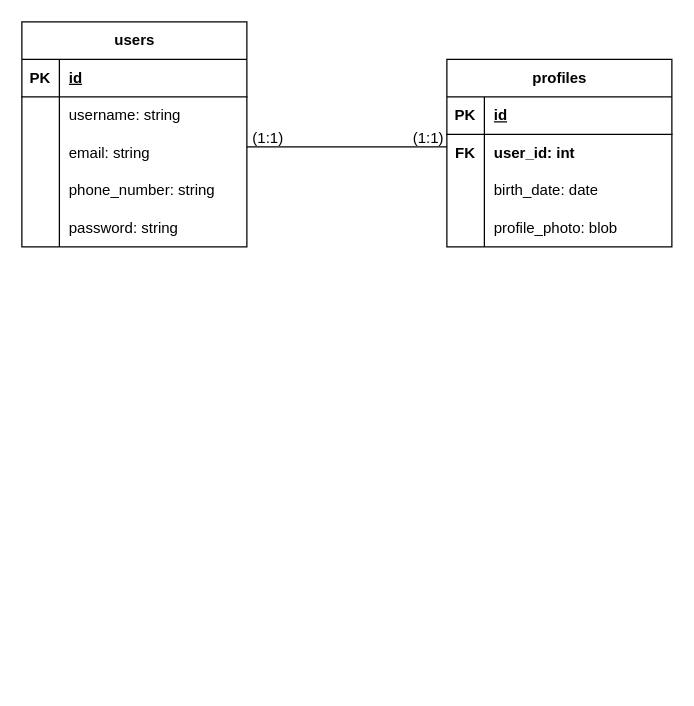
This is DiagramaDB.drawio from manuely32/Diagramas, a draw.io file, before an edit. Source tidied: cells renumbered, new cells numbered last; positions are measured from the earlier drawing's top-left corner, leaving out a move shared by most shapes. Both pictures are drawn from the tidied source at 125%, with x=0, y=0 at pixel (21, 21).
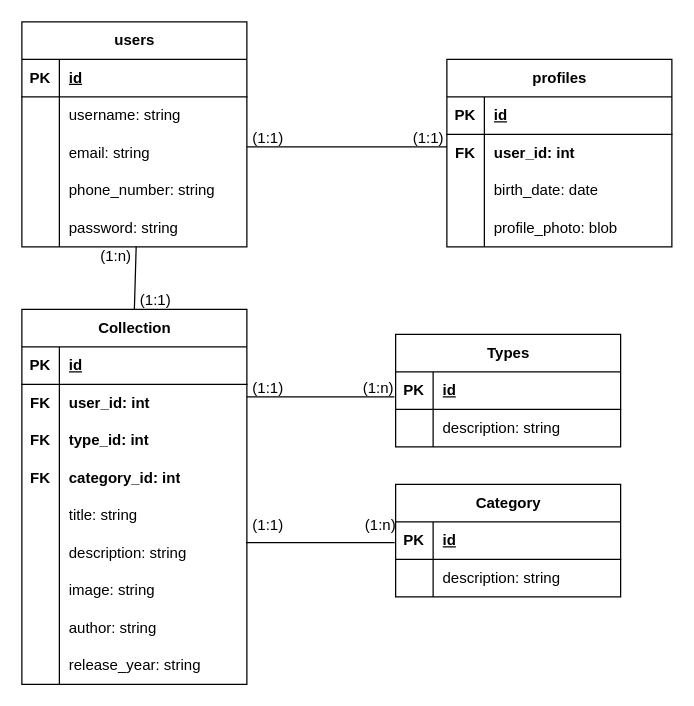
The same page after the edit.

Unchanged cells that the change refers to:
```xml
<mxCell id="15" style="shape=tableRow;horizontal=0;startSize=0;swimlaneHead=0;swimlaneBody=0;fillColor=none;points=[[0,0.5],[1,0.5]];portConstraint=eastwest;top=0;left=0;right=0;bottom=0;" parent="2" vertex="1">
  <mxGeometry y="150" width="180" height="30" as="geometry" />
</mxCell>
```

Diff of the diagram source:
```diff
@@
+    <mxCell id="34" value="Collection" style="shape=table;startSize=30;childLayout=tableLayout;rowLines=0;fontStyle=1;align=center;html=1;" parent="1" vertex="1">
+      <mxGeometry y="230" width="180" height="300" as="geometry" />
+    </mxCell>
+    <mxCell id="35" style="shape=tableRow;horizontal=0;startSize=0;swimlaneHead=0;swimlaneBody=0;fillColor=none;top=0;left=0;right=0;bottom=1;" parent="34" vertex="1">
+      <mxGeometry y="30" width="180" height="30" as="geometry" />
+    </mxCell>
+    <mxCell id="36" value="PK" style="shape=partialRectangle;fillColor=none;top=0;left=0;bottom=0;right=0;fontStyle=1;overflow=hidden;whiteSpace=wrap;html=1;" parent="35" vertex="1">
+      <mxGeometry width="30" height="30" as="geometry" />
+    </mxCell>
+    <mxCell id="37" value="id" style="shape=partialRectangle;fillColor=none;top=0;left=0;bottom=0;right=0;align=left;spacingLeft=6;fontStyle=5;overflow=hidden;whiteSpace=wrap;html=1;" parent="35" vertex="1">
+      <mxGeometry x="30" width="150" height="30" as="geometry" />
+    </mxCell>
+    <mxCell id="38" style="shape=tableRow;horizontal=0;startSize=0;swimlaneHead=0;swimlaneBody=0;fillColor=none;points=[[0,0.5],[1,0.5]];portConstraint=eastwest;top=0;left=0;right=0;bottom=0;" parent="34" vertex="1">
+      <mxGeometry y="60" width="180" height="30" as="geometry" />
+    </mxCell>
+    <mxCell id="39" value="&lt;b&gt;FK&lt;/b&gt;" style="shape=partialRectangle;fillColor=none;top=0;left=0;bottom=0;right=0;overflow=hidden;whiteSpace=wrap;html=1;" parent="38" vertex="1">
+      <mxGeometry width="30" height="30" as="geometry" />
+    </mxCell>
+    <mxCell id="40" value="&lt;b&gt;user_id: int&lt;/b&gt;" style="shape=partialRectangle;fillColor=none;top=0;left=0;bottom=0;right=0;align=left;spacingLeft=6;overflow=hidden;whiteSpace=wrap;html=1;" parent="38" vertex="1">
+      <mxGeometry x="30" width="150" height="30" as="geometry" />
+    </mxCell>
+    <mxCell id="41" style="shape=tableRow;horizontal=0;startSize=0;swimlaneHead=0;swimlaneBody=0;fillColor=none;top=0;left=0;right=0;bottom=0;" parent="34" vertex="1">
+      <mxGeometry y="90" width="180" height="30" as="geometry" />
+    </mxCell>
+    <mxCell id="42" value="&lt;b&gt;FK&lt;/b&gt;" style="shape=partialRectangle;fillColor=none;top=0;left=0;bottom=0;right=0;overflow=hidden;whiteSpace=wrap;html=1;" parent="41" vertex="1">
+      <mxGeometry width="30" height="30" as="geometry" />
+    </mxCell>
+    <mxCell id="43" value="&lt;b&gt;type_id: int&lt;/b&gt;" style="shape=partialRectangle;fillColor=none;top=0;left=0;bottom=0;right=0;align=left;spacingLeft=6;overflow=hidden;whiteSpace=wrap;html=1;" parent="41" vertex="1">
+      <mxGeometry x="30" width="150" height="30" as="geometry" />
+    </mxCell>
+    <mxCell id="44" style="shape=tableRow;horizontal=0;startSize=0;swimlaneHead=0;swimlaneBody=0;fillColor=none;top=0;left=0;right=0;bottom=0;" parent="34" vertex="1">
+      <mxGeometry y="120" width="180" height="30" as="geometry" />
+    </mxCell>
+    <mxCell id="45" value="&lt;b&gt;FK&lt;/b&gt;" style="shape=partialRectangle;fillColor=none;top=0;left=0;bottom=0;right=0;overflow=hidden;whiteSpace=wrap;html=1;" parent="44" vertex="1">
+      <mxGeometry width="30" height="30" as="geometry" />
+    </mxCell>
+    <mxCell id="46" value="&lt;b&gt;category_id: int&lt;/b&gt;" style="shape=partialRectangle;fillColor=none;top=0;left=0;bottom=0;right=0;align=left;spacingLeft=6;overflow=hidden;whiteSpace=wrap;html=1;" parent="44" vertex="1">
+      <mxGeometry x="30" width="150" height="30" as="geometry" />
+    </mxCell>
+    <mxCell id="47" style="shape=tableRow;horizontal=0;startSize=0;swimlaneHead=0;swimlaneBody=0;fillColor=none;top=0;left=0;right=0;bottom=0;" parent="34" vertex="1">
+      <mxGeometry y="150" width="180" height="30" as="geometry" />
+    </mxCell>
+    <mxCell id="48" style="shape=partialRectangle;fillColor=none;top=0;left=0;bottom=0;right=0;overflow=hidden;whiteSpace=wrap;html=1;" parent="47" vertex="1">
+      <mxGeometry width="30" height="30" as="geometry" />
+    </mxCell>
+    <mxCell id="49" value="title: string" style="shape=partialRectangle;fillColor=none;top=0;left=0;bottom=0;right=0;align=left;spacingLeft=6;overflow=hidden;whiteSpace=wrap;html=1;" parent="47" vertex="1">
+      <mxGeometry x="30" width="150" height="30" as="geometry" />
+    </mxCell>
+    <mxCell id="50" style="shape=tableRow;horizontal=0;startSize=0;swimlaneHead=0;swimlaneBody=0;fillColor=none;points=[[0,0.5],[1,0.5]];portConstraint=eastwest;top=0;left=0;right=0;bottom=0;" parent="34" vertex="1">
+      <mxGeometry y="180" width="180" height="30" as="geometry" />
+    </mxCell>
+    <mxCell id="51" style="shape=partialRectangle;fillColor=none;top=0;left=0;bottom=0;right=0;overflow=hidden;whiteSpace=wrap;html=1;" parent="50" vertex="1">
+      <mxGeometry width="30" height="30" as="geometry" />
+    </mxCell>
+    <mxCell id="52" value="description: string" style="shape=partialRectangle;fillColor=none;top=0;left=0;bottom=0;right=0;align=left;spacingLeft=6;overflow=hidden;whiteSpace=wrap;html=1;" parent="50" vertex="1">
+      <mxGeometry x="30" width="150" height="30" as="geometry" />
+    </mxCell>
+    <mxCell id="53" style="shape=tableRow;horizontal=0;startSize=0;swimlaneHead=0;swimlaneBody=0;fillColor=none;top=0;left=0;right=0;bottom=0;" parent="34" vertex="1">
+      <mxGeometry y="210" width="180" height="30" as="geometry" />
+    </mxCell>
+    <mxCell id="54" style="shape=partialRectangle;fillColor=none;top=0;left=0;bottom=0;right=0;overflow=hidden;whiteSpace=wrap;html=1;" parent="53" vertex="1">
+      <mxGeometry width="30" height="30" as="geometry" />
+    </mxCell>
+    <mxCell id="55" value="image: string" style="shape=partialRectangle;fillColor=none;top=0;left=0;bottom=0;right=0;align=left;spacingLeft=6;overflow=hidden;whiteSpace=wrap;html=1;" parent="53" vertex="1">
+      <mxGeometry x="30" width="150" height="30" as="geometry" />
+    </mxCell>
+    <mxCell id="56" style="shape=tableRow;horizontal=0;startSize=0;swimlaneHead=0;swimlaneBody=0;fillColor=none;top=0;left=0;right=0;bottom=0;" parent="34" vertex="1">
+      <mxGeometry y="240" width="180" height="30" as="geometry" />
+    </mxCell>
+    <mxCell id="57" style="shape=partialRectangle;fillColor=none;top=0;left=0;bottom=0;right=0;overflow=hidden;whiteSpace=wrap;html=1;" parent="56" vertex="1">
+      <mxGeometry width="30" height="30" as="geometry" />
+    </mxCell>
+    <mxCell id="58" value="author: string" style="shape=partialRectangle;fillColor=none;top=0;left=0;bottom=0;right=0;align=left;spacingLeft=6;overflow=hidden;whiteSpace=wrap;html=1;" parent="56" vertex="1">
+      <mxGeometry x="30" width="150" height="30" as="geometry" />
+    </mxCell>
+    <mxCell id="59" style="shape=tableRow;horizontal=0;startSize=0;swimlaneHead=0;swimlaneBody=0;fillColor=none;top=0;left=0;right=0;bottom=0;" parent="34" vertex="1">
+      <mxGeometry y="270" width="180" height="30" as="geometry" />
+    </mxCell>
+    <mxCell id="60" style="shape=partialRectangle;fillColor=none;top=0;left=0;bottom=0;right=0;overflow=hidden;whiteSpace=wrap;html=1;" parent="59" vertex="1">
+      <mxGeometry width="30" height="30" as="geometry" />
+    </mxCell>
+    <mxCell id="61" value="release_year: string" style="shape=partialRectangle;fillColor=none;top=0;left=0;bottom=0;right=0;align=left;spacingLeft=6;overflow=hidden;whiteSpace=wrap;html=1;" parent="59" vertex="1">
+      <mxGeometry x="30" width="150" height="30" as="geometry" />
+    </mxCell>
+    <mxCell id="62" value="Types" style="shape=table;startSize=30;childLayout=tableLayout;rowLines=0;fontStyle=1;align=center;html=1;" parent="1" vertex="1">
+      <mxGeometry x="299" y="250" width="180" height="90" as="geometry" />
+    </mxCell>
+    <mxCell id="63" style="shape=tableRow;horizontal=0;startSize=0;swimlaneHead=0;swimlaneBody=0;fillColor=none;top=0;left=0;right=0;bottom=1;" parent="62" vertex="1">
+      <mxGeometry y="30" width="180" height="30" as="geometry" />
+    </mxCell>
+    <mxCell id="64" value="PK" style="shape=partialRectangle;fillColor=none;top=0;left=0;bottom=0;right=0;fontStyle=1;overflow=hidden;whiteSpace=wrap;html=1;" parent="63" vertex="1">
+      <mxGeometry width="30" height="30" as="geometry" />
+    </mxCell>
+    <mxCell id="65" value="id" style="shape=partialRectangle;fillColor=none;top=0;left=0;bottom=0;right=0;align=left;spacingLeft=6;fontStyle=5;overflow=hidden;whiteSpace=wrap;html=1;" parent="63" vertex="1">
+      <mxGeometry x="30" width="150" height="30" as="geometry" />
+    </mxCell>
+    <mxCell id="66" style="shape=tableRow;horizontal=0;startSize=0;swimlaneHead=0;swimlaneBody=0;fillColor=none;top=0;left=0;right=0;bottom=0;" parent="62" vertex="1">
+      <mxGeometry y="60" width="180" height="30" as="geometry" />
+    </mxCell>
+    <mxCell id="67" style="shape=partialRectangle;fillColor=none;top=0;left=0;bottom=0;right=0;overflow=hidden;whiteSpace=wrap;html=1;" parent="66" vertex="1">
+      <mxGeometry width="30" height="30" as="geometry" />
+    </mxCell>
+    <mxCell id="68" value="description: string" style="shape=partialRectangle;fillColor=none;top=0;left=0;bottom=0;right=0;align=left;spacingLeft=6;overflow=hidden;whiteSpace=wrap;html=1;" parent="66" vertex="1">
+      <mxGeometry x="30" width="150" height="30" as="geometry" />
+    </mxCell>
+    <mxCell id="69" value="Category" style="shape=table;startSize=30;childLayout=tableLayout;rowLines=0;fontStyle=1;align=center;html=1;" parent="1" vertex="1">
+      <mxGeometry x="299" y="370" width="180" height="90" as="geometry" />
+    </mxCell>
+    <mxCell id="70" style="shape=tableRow;horizontal=0;startSize=0;swimlaneHead=0;swimlaneBody=0;fillColor=none;top=0;left=0;right=0;bottom=1;" parent="69" vertex="1">
+      <mxGeometry y="30" width="180" height="30" as="geometry" />
+    </mxCell>
+    <mxCell id="71" value="PK" style="shape=partialRectangle;fillColor=none;top=0;left=0;bottom=0;right=0;fontStyle=1;overflow=hidden;whiteSpace=wrap;html=1;" parent="70" vertex="1">
+      <mxGeometry width="30" height="30" as="geometry" />
+    </mxCell>
+    <mxCell id="72" value="id" style="shape=partialRectangle;fillColor=none;top=0;left=0;bottom=0;right=0;align=left;spacingLeft=6;fontStyle=5;overflow=hidden;whiteSpace=wrap;html=1;" parent="70" vertex="1">
+      <mxGeometry x="30" width="150" height="30" as="geometry" />
+    </mxCell>
+    <mxCell id="73" style="shape=tableRow;horizontal=0;startSize=0;swimlaneHead=0;swimlaneBody=0;fillColor=none;top=0;left=0;right=0;bottom=0;" parent="69" vertex="1">
+      <mxGeometry y="60" width="180" height="30" as="geometry" />
+    </mxCell>
+    <mxCell id="74" style="shape=partialRectangle;fillColor=none;top=0;left=0;bottom=0;right=0;overflow=hidden;whiteSpace=wrap;html=1;" parent="73" vertex="1">
+      <mxGeometry width="30" height="30" as="geometry" />
+    </mxCell>
+    <mxCell id="75" value="description: string" style="shape=partialRectangle;fillColor=none;top=0;left=0;bottom=0;right=0;align=left;spacingLeft=6;overflow=hidden;whiteSpace=wrap;html=1;" parent="73" vertex="1">
+      <mxGeometry x="30" width="150" height="30" as="geometry" />
+    </mxCell>
+    <mxCell id="76" style="endArrow=none;html=1;rounded=0;exitX=1;exitY=0.333;exitDx=0;exitDy=0;exitPerimeter=0;" parent="1" edge="1" source="38">
+      <mxGeometry relative="1" as="geometry">
+        <mxPoint x="298" y="300" as="targetPoint" />
+      </mxGeometry>
+    </mxCell>
+    <mxCell id="77" style="endArrow=none;html=1;rounded=0;exitX=0.996;exitY=0.22;exitDx=0;exitDy=0;exitPerimeter=0;entryX=0.804;entryY=0.953;entryDx=0;entryDy=0;entryPerimeter=0;" parent="1" edge="1" source="50" target="81">
+      <mxGeometry relative="1" as="geometry" />
+    </mxCell>
+    <mxCell id="78" value="&amp;nbsp; &amp;nbsp; (1:1)" style="text;html=1;align=center;verticalAlign=middle;strokeColor=none;fillColor=none;" parent="1" vertex="1">
+      <mxGeometry x="160" y="278" width="60" height="30" as="geometry" />
+    </mxCell>
+    <mxCell id="79" value="&amp;nbsp; &amp;nbsp;(1:n)" style="text;html=1;align=center;verticalAlign=middle;strokeColor=none;fillColor=none;" parent="1" vertex="1">
+      <mxGeometry x="250" y="278" width="60" height="30" as="geometry" />
+    </mxCell>
+    <mxCell id="80" value="&amp;nbsp; &amp;nbsp; (1:1)" style="text;html=1;align=center;verticalAlign=middle;strokeColor=none;fillColor=none;" parent="1" vertex="1">
+      <mxGeometry x="160" y="388" width="60" height="30" as="geometry" />
+    </mxCell>
+    <mxCell id="81" value="&amp;nbsp; &amp;nbsp; (1:n)" style="text;html=1;align=center;verticalAlign=middle;points=[];strokeColor=none;fillColor=none;" parent="1" vertex="1">
+      <mxGeometry x="250" y="388" width="60" height="30" as="geometry" />
+    </mxCell>
+    <mxCell id="82" style="endArrow=none;html=1;rounded=0;exitX=0.5;exitY=0;exitDx=0;exitDy=0;entryX=0.508;entryY=0.993;entryDx=0;entryDy=0;entryPerimeter=0;" parent="1" edge="1" source="34" target="15">
+      <mxGeometry relative="1" as="geometry" />
+    </mxCell>
+    <mxCell id="83" value="&amp;nbsp; &amp;nbsp; (1:1)" style="text;html=1;align=center;verticalAlign=middle;strokeColor=none;fillColor=none;" parent="1" vertex="1">
+      <mxGeometry x="70" y="208" width="60" height="30" as="geometry" />
+    </mxCell>
+    <mxCell id="84" value="&amp;nbsp; &amp;nbsp;(1:n)" style="text;html=1;align=center;verticalAlign=middle;strokeColor=none;fillColor=none;" parent="1" vertex="1">
+      <mxGeometry x="40" y="173" width="60" height="30" as="geometry" />
+    </mxCell>
```
